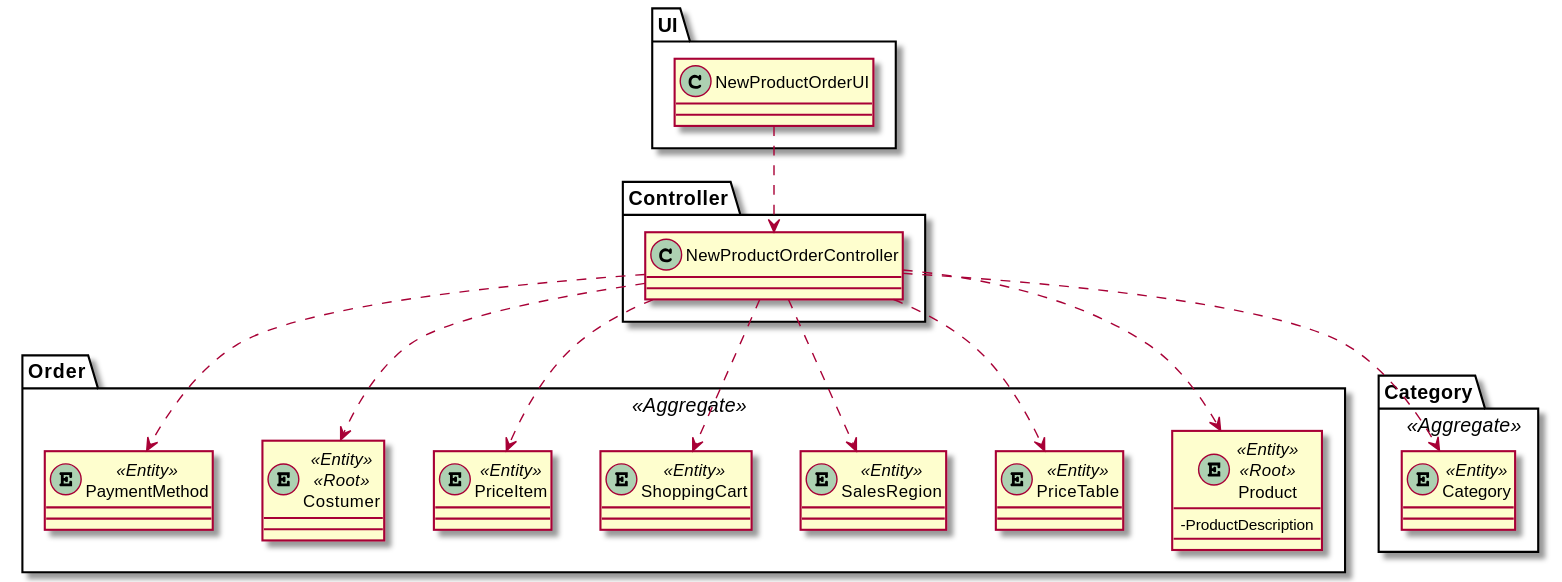
Before: docs/Sprint2/US1004/US1004_CD.svg, a diagram exported from PlantUML (marttuga/LAPR4-SmartSystems). Its diagram source:
```plantuml
@startuml
skinparam classAttributeIconSize 0

package UI {
class NewProductOrderUI {
}
}

package Controller{
class NewProductOrderController {

}
}

package Order <<Aggregate>>{

entity Product <<Entity>> <<Root>> {
- ProductDescription
}
entity PriceTable <<Entity>>
entity SalesRegion <<Entity>>
entity ShoppingCart <<Entity>>
entity PriceItem <<Entity>>
entity Costumer <<Entity>> <<Root>>
entity PaymentMethod <<Entity>>
}


package Category <<Aggregate>> {
    entity Category <<Entity>>

}

NewProductOrderUI ..> NewProductOrderController
NewProductOrderController ..> Category
NewProductOrderController ..>PriceTable
NewProductOrderController ..> Product
NewProductOrderController ..> SalesRegion
NewProductOrderController ..> PriceItem
NewProductOrderController ..> ShoppingCart
NewProductOrderController ..>Costumer
NewProductOrderController ..> PaymentMethod

@enduml
```
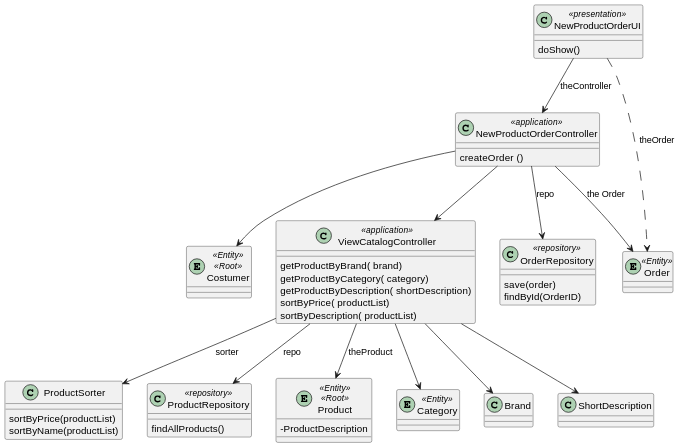
After the change.

Change to the diagram source:
```diff
@@ -1,44 +1,57 @@
 @startuml
 skinparam classAttributeIconSize 0
 
-package UI {
-class NewProductOrderUI {
-}
-}
 
-package Controller{
-class NewProductOrderController {
+class NewProductOrderUI <<presentation>>
 
-}
-}
 
-package Order <<Aggregate>>{
+class NewProductOrderController <<application>>
+class OrderRepository <<repository>>
+class ViewCatalogController <<application>>
+
+class ProductSorter
+class ProductRepository <<repository>>
+
+entity Order <<Entity>>
+
+
+entity Costumer <<Entity>> <<Root>>
 
 entity Product <<Entity>> <<Root>> {
 - ProductDescription
 }
-entity PriceTable <<Entity>>
-entity SalesRegion <<Entity>>
-entity ShoppingCart <<Entity>>
-entity PriceItem <<Entity>>
-entity Costumer <<Entity>> <<Root>>
-entity PaymentMethod <<Entity>>
-}
+
+    entity Category <<Entity>>
 
 
-package Category <<Aggregate>> {
-    entity Category <<Entity>>
 
-}
 
-NewProductOrderUI ..> NewProductOrderController
-NewProductOrderController ..> Category
-NewProductOrderController ..>PriceTable
-NewProductOrderController ..> Product
-NewProductOrderController ..> SalesRegion
-NewProductOrderController ..> PriceItem
-NewProductOrderController ..> ShoppingCart
-NewProductOrderController ..>Costumer
-NewProductOrderController ..> PaymentMethod
+NewProductOrderController -->Costumer
+NewProductOrderController -->ViewCatalogController
+NewProductOrderUI --> NewProductOrderController : theController
+NewProductOrderUI ..> Order : theOrder
+NewProductOrderUI : doShow()
+NewProductOrderController --> OrderRepository : repo
+NewProductOrderController --> Order : the Order
+NewProductOrderController : createOrder ()
+OrderRepository : save(order)
+OrderRepository : findById(OrderID)
+
+ViewCatalogController --> Category
+ViewCatalogController --> Product: theProduct
+ViewCatalogController -->Brand
+ViewCatalogController -->ShortDescription
+
+ViewCatalogController --> ProductRepository : repo
+ViewCatalogController --> ProductSorter : sorter
+ProductSorter : sortByPrice(productList)
+ProductSorter : sortByName(productList)
+ViewCatalogController : getProductByBrand( brand)
+ViewCatalogController : getProductByCategory( category)
+ViewCatalogController : getProductByDescription( shortDescription)
+ViewCatalogController : sortByPrice( productList)
+ViewCatalogController : sortByDescription( productList)
+
+ProductRepository : findAllProducts()
 
 @enduml
```
